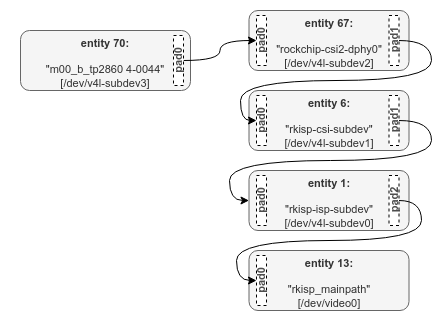
Above: images/V4L_01.png in lchy0113/rk_develop (draw.io), before the change. Source tidied: cells renumbered, new cells last; positions are measured from the earlier drawing's top-left corner, leaving out a move shared by most shapes. The source it was exported from:
```xml
<mxGraphModel>
  <root>
    <mxCell id="0" />
    <mxCell id="1" parent="0" />
    <mxCell id="2" style="rounded=1;whiteSpace=wrap;html=1;arcSize=4;strokeColor=none;" parent="1" vertex="1">
      <mxGeometry width="440" height="320" as="geometry" />
    </mxCell>
    <mxCell id="3" value="entity 70:&lt;br&gt;&lt;br&gt;&lt;span style=&quot;font-weight: normal;&quot;&gt;&quot;m00_b_tp2860 4-0044&quot;&lt;/span&gt;&lt;br&gt;&lt;span style=&quot;font-weight: normal;&quot;&gt;[&lt;/span&gt;&lt;span style=&quot;font-weight: 400;&quot;&gt;/dev/v4l-subdev3]&lt;/span&gt;" style="rounded=1;whiteSpace=wrap;html=1;shadow=0;glass=0;fontColor=#333333;fillColor=#f5f5f5;strokeColor=#666666;labelBackgroundColor=none;labelBorderColor=none;fontSize=11;horizontal=1;verticalAlign=top;fontStyle=1;align=center;" parent="1" vertex="1">
      <mxGeometry x="20" y="30" width="170" height="60" as="geometry" />
    </mxCell>
    <mxCell id="4" value="entity 67:&lt;br&gt;&lt;br&gt;&lt;span style=&quot;font-weight: normal;&quot;&gt;&quot;rockchip-csi2-dphy0&quot;&lt;/span&gt;&lt;br&gt;&lt;span style=&quot;font-weight: normal;&quot;&gt;[&lt;/span&gt;&lt;span style=&quot;font-weight: 400;&quot;&gt;/dev/v4l-subdev2]&lt;/span&gt;" style="rounded=1;whiteSpace=wrap;html=1;shadow=0;glass=0;fontColor=#333333;fillColor=#f5f5f5;strokeColor=#666666;labelBackgroundColor=none;labelBorderColor=none;fontSize=11;horizontal=1;verticalAlign=top;fontStyle=1;align=center;" parent="1" vertex="1">
      <mxGeometry x="248.5" y="10" width="160" height="60" as="geometry" />
    </mxCell>
    <mxCell id="5" style="edgeStyle=orthogonalEdgeStyle;curved=1;rounded=0;jettySize=auto;html=1;entryX=0;entryY=0.5;entryDx=0;entryDy=0;fontSize=9;fontColor=#4D4D4D;" parent="1" edge="1" source="6" target="7">
      <mxGeometry relative="1" as="geometry" />
    </mxCell>
    <mxCell id="6" value="pad0" style="rounded=0;whiteSpace=wrap;html=1;shadow=0;glass=0;labelBackgroundColor=none;labelBorderColor=none;fontSize=11;fontColor=#4D4D4D;dashed=1;horizontal=0;fontStyle=1;" parent="1" vertex="1">
      <mxGeometry x="173" y="35" width="10" height="50" as="geometry" />
    </mxCell>
    <mxCell id="7" value="pad0" style="rounded=0;whiteSpace=wrap;html=1;shadow=0;glass=0;labelBackgroundColor=none;labelBorderColor=none;fontSize=11;fontColor=#4D4D4D;dashed=1;horizontal=0;fontStyle=1;" parent="1" vertex="1">
      <mxGeometry x="256" y="15" width="10" height="50" as="geometry" />
    </mxCell>
    <mxCell id="8" value="pad1" style="rounded=0;whiteSpace=wrap;html=1;shadow=0;glass=0;labelBackgroundColor=none;labelBorderColor=none;fontSize=11;fontColor=#4D4D4D;dashed=1;horizontal=0;fontStyle=1;" parent="1" vertex="1">
      <mxGeometry x="388.5" y="15" width="10" height="50" as="geometry" />
    </mxCell>
    <mxCell id="9" value="entity 6:&lt;br&gt;&lt;br&gt;&lt;span style=&quot;font-weight: normal;&quot;&gt;&quot;rkisp-csi-subdev&quot;&lt;/span&gt;&lt;br&gt;&lt;span style=&quot;font-weight: normal;&quot;&gt;[&lt;/span&gt;&lt;span style=&quot;font-weight: 400;&quot;&gt;/dev/v4l-subdev1]&lt;/span&gt;" style="rounded=1;whiteSpace=wrap;html=1;shadow=0;glass=0;fontColor=#333333;fillColor=#f5f5f5;strokeColor=#666666;labelBackgroundColor=none;labelBorderColor=none;fontSize=11;horizontal=1;verticalAlign=top;fontStyle=1;align=center;" parent="1" vertex="1">
      <mxGeometry x="248.5" y="90" width="160" height="60" as="geometry" />
    </mxCell>
    <mxCell id="10" value="pad0" style="rounded=0;whiteSpace=wrap;html=1;shadow=0;glass=0;labelBackgroundColor=none;labelBorderColor=none;fontSize=11;fontColor=#4D4D4D;dashed=1;horizontal=0;fontStyle=1;" parent="1" vertex="1">
      <mxGeometry x="256" y="95" width="10" height="50" as="geometry" />
    </mxCell>
    <mxCell id="11" style="edgeStyle=orthogonalEdgeStyle;curved=1;rounded=0;jettySize=auto;html=1;entryX=0;entryY=0.5;entryDx=0;entryDy=0;fontSize=9;fontColor=#4D4D4D;" parent="1" edge="1" source="12" target="13">
      <mxGeometry relative="1" as="geometry">
        <Array as="points">
          <mxPoint x="431" y="120" />
          <mxPoint x="431" y="160" />
          <mxPoint x="229" y="160" />
          <mxPoint x="229" y="200" />
        </Array>
      </mxGeometry>
    </mxCell>
    <mxCell id="12" value="pad1" style="rounded=0;whiteSpace=wrap;html=1;shadow=0;glass=0;labelBackgroundColor=none;labelBorderColor=none;fontSize=11;fontColor=#4D4D4D;dashed=1;horizontal=0;fontStyle=1;" parent="1" vertex="1">
      <mxGeometry x="388.5" y="95" width="10" height="50" as="geometry" />
    </mxCell>
    <mxCell id="13" value="entity 1:&lt;br&gt;&lt;br&gt;&lt;span style=&quot;font-weight: normal;&quot;&gt;&quot;&lt;/span&gt;&lt;span style=&quot;font-weight: 400;&quot;&gt;rkisp-isp-subdev&lt;/span&gt;&lt;span style=&quot;font-weight: normal;&quot;&gt;&quot;&lt;/span&gt;&lt;br&gt;&lt;span style=&quot;font-weight: normal;&quot;&gt;[&lt;/span&gt;&lt;span style=&quot;font-weight: 400;&quot;&gt;/dev/v4l-subdev0]&lt;/span&gt;" style="rounded=1;whiteSpace=wrap;html=1;shadow=0;glass=0;fontColor=#333333;fillColor=#f5f5f5;strokeColor=#666666;labelBackgroundColor=none;labelBorderColor=none;fontSize=11;horizontal=1;verticalAlign=top;fontStyle=1;align=center;" parent="1" vertex="1">
      <mxGeometry x="248.5" y="170" width="160" height="60" as="geometry" />
    </mxCell>
    <mxCell id="14" value="pad0" style="rounded=0;whiteSpace=wrap;html=1;shadow=0;glass=0;labelBackgroundColor=none;labelBorderColor=none;fontSize=11;fontColor=#4D4D4D;dashed=1;horizontal=0;fontStyle=1;" parent="1" vertex="1">
      <mxGeometry x="256" y="175" width="10" height="50" as="geometry" />
    </mxCell>
    <mxCell id="15" value="pad2" style="rounded=0;whiteSpace=wrap;html=1;shadow=0;glass=0;labelBackgroundColor=none;labelBorderColor=none;fontSize=11;fontColor=#4D4D4D;dashed=1;horizontal=0;fontStyle=1;" parent="1" vertex="1">
      <mxGeometry x="388.5" y="175" width="10" height="50" as="geometry" />
    </mxCell>
    <mxCell id="16" value="entity 13:&lt;br&gt;&lt;br&gt;&lt;span style=&quot;font-weight: normal;&quot;&gt;&quot;&lt;/span&gt;&lt;span style=&quot;font-weight: 400;&quot;&gt;rkisp_mainpath&lt;/span&gt;&lt;span style=&quot;font-weight: normal;&quot;&gt;&quot;&lt;br&gt;[/dev/video0]&lt;br&gt;&lt;/span&gt;" style="rounded=1;whiteSpace=wrap;html=1;shadow=0;glass=0;fontColor=#333333;fillColor=#f5f5f5;strokeColor=#666666;labelBackgroundColor=none;labelBorderColor=none;fontSize=11;horizontal=1;verticalAlign=top;fontStyle=1;align=center;" parent="1" vertex="1">
      <mxGeometry x="248.5" y="250" width="160" height="60" as="geometry" />
    </mxCell>
    <mxCell id="17" value="pad0" style="rounded=0;whiteSpace=wrap;html=1;shadow=0;glass=0;labelBackgroundColor=none;labelBorderColor=none;fontSize=11;fontColor=#4D4D4D;dashed=1;horizontal=0;fontStyle=1;" parent="1" vertex="1">
      <mxGeometry x="256" y="255" width="10" height="50" as="geometry" />
    </mxCell>
    <mxCell id="18" style="edgeStyle=orthogonalEdgeStyle;curved=1;rounded=0;jettySize=auto;html=1;fontSize=9;fontColor=#4D4D4D;" parent="1" edge="1" source="8" target="10">
      <mxGeometry relative="1" as="geometry">
        <Array as="points">
          <mxPoint x="431" y="40" />
          <mxPoint x="431" y="80" />
          <mxPoint x="240" y="80" />
          <mxPoint x="240" y="120" />
        </Array>
      </mxGeometry>
    </mxCell>
    <mxCell id="19" style="edgeStyle=orthogonalEdgeStyle;curved=1;rounded=0;jettySize=auto;html=1;entryX=0;entryY=0.5;entryDx=0;entryDy=0;fontSize=9;fontColor=#4D4D4D;" parent="1" edge="1" source="15" target="17">
      <mxGeometry relative="1" as="geometry">
        <Array as="points">
          <mxPoint x="421" y="200" />
          <mxPoint x="421" y="240" />
          <mxPoint x="236" y="240" />
          <mxPoint x="236" y="280" />
        </Array>
      </mxGeometry>
    </mxCell>
  </root>
</mxGraphModel>
```
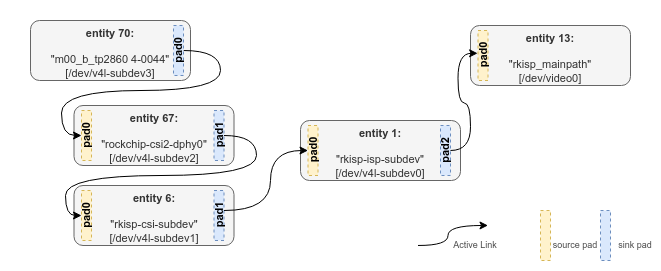
The same diagram one commit later.

The edit, as a diff of the source:
```diff
@@ -3,79 +3,102 @@
     <mxCell id="0" />
     <mxCell id="1" parent="0" />
     <mxCell id="2" style="rounded=1;whiteSpace=wrap;html=1;arcSize=4;strokeColor=none;" parent="1" vertex="1">
-      <mxGeometry width="440" height="320" as="geometry" />
+      <mxGeometry y="10" width="660" height="270" as="geometry" />
     </mxCell>
     <mxCell id="3" value="entity 70:&lt;br&gt;&lt;br&gt;&lt;span style=&quot;font-weight: normal;&quot;&gt;&quot;m00_b_tp2860 4-0044&quot;&lt;/span&gt;&lt;br&gt;&lt;span style=&quot;font-weight: normal;&quot;&gt;[&lt;/span&gt;&lt;span style=&quot;font-weight: 400;&quot;&gt;/dev/v4l-subdev3]&lt;/span&gt;" style="rounded=1;whiteSpace=wrap;html=1;shadow=0;glass=0;fontColor=#333333;fillColor=#f5f5f5;strokeColor=#666666;labelBackgroundColor=none;labelBorderColor=none;fontSize=11;horizontal=1;verticalAlign=top;fontStyle=1;align=center;" parent="1" vertex="1">
-      <mxGeometry x="20" y="30" width="170" height="60" as="geometry" />
+      <mxGeometry x="30" y="30" width="160" height="60" as="geometry" />
     </mxCell>
     <mxCell id="4" value="entity 67:&lt;br&gt;&lt;br&gt;&lt;span style=&quot;font-weight: normal;&quot;&gt;&quot;rockchip-csi2-dphy0&quot;&lt;/span&gt;&lt;br&gt;&lt;span style=&quot;font-weight: normal;&quot;&gt;[&lt;/span&gt;&lt;span style=&quot;font-weight: 400;&quot;&gt;/dev/v4l-subdev2]&lt;/span&gt;" style="rounded=1;whiteSpace=wrap;html=1;shadow=0;glass=0;fontColor=#333333;fillColor=#f5f5f5;strokeColor=#666666;labelBackgroundColor=none;labelBorderColor=none;fontSize=11;horizontal=1;verticalAlign=top;fontStyle=1;align=center;" parent="1" vertex="1">
-      <mxGeometry x="248.5" y="10" width="160" height="60" as="geometry" />
+      <mxGeometry x="73.5" y="115" width="160" height="60" as="geometry" />
     </mxCell>
     <mxCell id="5" style="edgeStyle=orthogonalEdgeStyle;curved=1;rounded=0;jettySize=auto;html=1;entryX=0;entryY=0.5;entryDx=0;entryDy=0;fontSize=9;fontColor=#4D4D4D;" parent="1" edge="1" source="6" target="7">
-      <mxGeometry relative="1" as="geometry" />
+      <mxGeometry relative="1" as="geometry">
+        <Array as="points">
+          <mxPoint x="220" y="60" />
+          <mxPoint x="220" y="100" />
+          <mxPoint x="61" y="100" />
+          <mxPoint x="61" y="145" />
+        </Array>
+      </mxGeometry>
     </mxCell>
-    <mxCell id="6" value="pad0" style="rounded=0;whiteSpace=wrap;html=1;shadow=0;glass=0;labelBackgroundColor=none;labelBorderColor=none;fontSize=11;fontColor=#4D4D4D;dashed=1;horizontal=0;fontStyle=1;" parent="1" vertex="1">
+    <mxCell id="6" value="pad0" style="rounded=0;whiteSpace=wrap;html=1;shadow=0;glass=0;labelBackgroundColor=none;labelBorderColor=none;fontSize=11;dashed=1;horizontal=0;fontStyle=1;fillColor=#dae8fc;strokeColor=#6c8ebf;" parent="1" vertex="1">
       <mxGeometry x="173" y="35" width="10" height="50" as="geometry" />
     </mxCell>
-    <mxCell id="7" value="pad0" style="rounded=0;whiteSpace=wrap;html=1;shadow=0;glass=0;labelBackgroundColor=none;labelBorderColor=none;fontSize=11;fontColor=#4D4D4D;dashed=1;horizontal=0;fontStyle=1;" parent="1" vertex="1">
-      <mxGeometry x="256" y="15" width="10" height="50" as="geometry" />
+    <mxCell id="7" value="pad0" style="rounded=0;whiteSpace=wrap;html=1;shadow=0;glass=0;labelBackgroundColor=none;labelBorderColor=none;fontSize=11;dashed=1;horizontal=0;fontStyle=1;fillColor=#fff2cc;strokeColor=#d6b656;" parent="1" vertex="1">
+      <mxGeometry x="81" y="120" width="10" height="50" as="geometry" />
     </mxCell>
-    <mxCell id="8" value="pad1" style="rounded=0;whiteSpace=wrap;html=1;shadow=0;glass=0;labelBackgroundColor=none;labelBorderColor=none;fontSize=11;fontColor=#4D4D4D;dashed=1;horizontal=0;fontStyle=1;" parent="1" vertex="1">
-      <mxGeometry x="388.5" y="15" width="10" height="50" as="geometry" />
+    <mxCell id="8" value="pad1" style="rounded=0;whiteSpace=wrap;html=1;shadow=0;glass=0;labelBackgroundColor=none;labelBorderColor=none;fontSize=11;dashed=1;horizontal=0;fontStyle=1;fillColor=#dae8fc;strokeColor=#6c8ebf;" parent="1" vertex="1">
+      <mxGeometry x="213.5" y="120" width="10" height="50" as="geometry" />
     </mxCell>
     <mxCell id="9" value="entity 6:&lt;br&gt;&lt;br&gt;&lt;span style=&quot;font-weight: normal;&quot;&gt;&quot;rkisp-csi-subdev&quot;&lt;/span&gt;&lt;br&gt;&lt;span style=&quot;font-weight: normal;&quot;&gt;[&lt;/span&gt;&lt;span style=&quot;font-weight: 400;&quot;&gt;/dev/v4l-subdev1]&lt;/span&gt;" style="rounded=1;whiteSpace=wrap;html=1;shadow=0;glass=0;fontColor=#333333;fillColor=#f5f5f5;strokeColor=#666666;labelBackgroundColor=none;labelBorderColor=none;fontSize=11;horizontal=1;verticalAlign=top;fontStyle=1;align=center;" parent="1" vertex="1">
-      <mxGeometry x="248.5" y="90" width="160" height="60" as="geometry" />
+      <mxGeometry x="73.5" y="195" width="160" height="60" as="geometry" />
     </mxCell>
-    <mxCell id="10" value="pad0" style="rounded=0;whiteSpace=wrap;html=1;shadow=0;glass=0;labelBackgroundColor=none;labelBorderColor=none;fontSize=11;fontColor=#4D4D4D;dashed=1;horizontal=0;fontStyle=1;" parent="1" vertex="1">
-      <mxGeometry x="256" y="95" width="10" height="50" as="geometry" />
+    <mxCell id="10" value="pad0" style="rounded=0;whiteSpace=wrap;html=1;shadow=0;glass=0;labelBackgroundColor=none;labelBorderColor=none;fontSize=11;dashed=1;horizontal=0;fontStyle=1;fillColor=#fff2cc;strokeColor=#d6b656;" parent="1" vertex="1">
+      <mxGeometry x="81" y="200" width="10" height="50" as="geometry" />
     </mxCell>
-    <mxCell id="11" style="edgeStyle=orthogonalEdgeStyle;curved=1;rounded=0;jettySize=auto;html=1;entryX=0;entryY=0.5;entryDx=0;entryDy=0;fontSize=9;fontColor=#4D4D4D;" parent="1" edge="1" source="12" target="13">
-      <mxGeometry relative="1" as="geometry">
-        <Array as="points">
-          <mxPoint x="431" y="120" />
-          <mxPoint x="431" y="160" />
-          <mxPoint x="229" y="160" />
-          <mxPoint x="229" y="200" />
-        </Array>
-      </mxGeometry>
+    <mxCell id="11" value="pad1" style="rounded=0;whiteSpace=wrap;html=1;shadow=0;glass=0;labelBackgroundColor=none;labelBorderColor=none;fontSize=11;dashed=1;horizontal=0;fontStyle=1;fillColor=#dae8fc;strokeColor=#6c8ebf;" parent="1" vertex="1">
+      <mxGeometry x="213.5" y="200" width="10" height="50" as="geometry" />
     </mxCell>
-    <mxCell id="12" value="pad1" style="rounded=0;whiteSpace=wrap;html=1;shadow=0;glass=0;labelBackgroundColor=none;labelBorderColor=none;fontSize=11;fontColor=#4D4D4D;dashed=1;horizontal=0;fontStyle=1;" parent="1" vertex="1">
-      <mxGeometry x="388.5" y="95" width="10" height="50" as="geometry" />
+    <mxCell id="12" value="entity 1:&lt;br&gt;&lt;br&gt;&lt;span style=&quot;font-weight: normal;&quot;&gt;&quot;&lt;/span&gt;&lt;span style=&quot;font-weight: 400;&quot;&gt;rkisp-isp-subdev&lt;/span&gt;&lt;span style=&quot;font-weight: normal;&quot;&gt;&quot;&lt;/span&gt;&lt;br&gt;&lt;span style=&quot;font-weight: normal;&quot;&gt;[&lt;/span&gt;&lt;span style=&quot;font-weight: 400;&quot;&gt;/dev/v4l-subdev0]&lt;/span&gt;" style="rounded=1;whiteSpace=wrap;html=1;shadow=0;glass=0;fontColor=#333333;fillColor=#f5f5f5;strokeColor=#666666;labelBackgroundColor=none;labelBorderColor=none;fontSize=11;horizontal=1;verticalAlign=top;fontStyle=1;align=center;" parent="1" vertex="1">
+      <mxGeometry x="300" y="130" width="160" height="60" as="geometry" />
     </mxCell>
-    <mxCell id="13" value="entity 1:&lt;br&gt;&lt;br&gt;&lt;span style=&quot;font-weight: normal;&quot;&gt;&quot;&lt;/span&gt;&lt;span style=&quot;font-weight: 400;&quot;&gt;rkisp-isp-subdev&lt;/span&gt;&lt;span style=&quot;font-weight: normal;&quot;&gt;&quot;&lt;/span&gt;&lt;br&gt;&lt;span style=&quot;font-weight: normal;&quot;&gt;[&lt;/span&gt;&lt;span style=&quot;font-weight: 400;&quot;&gt;/dev/v4l-subdev0]&lt;/span&gt;" style="rounded=1;whiteSpace=wrap;html=1;shadow=0;glass=0;fontColor=#333333;fillColor=#f5f5f5;strokeColor=#666666;labelBackgroundColor=none;labelBorderColor=none;fontSize=11;horizontal=1;verticalAlign=top;fontStyle=1;align=center;" parent="1" vertex="1">
-      <mxGeometry x="248.5" y="170" width="160" height="60" as="geometry" />
+    <mxCell id="13" value="pad0" style="rounded=0;whiteSpace=wrap;html=1;shadow=0;glass=0;labelBackgroundColor=none;labelBorderColor=none;fontSize=11;dashed=1;horizontal=0;fontStyle=1;fillColor=#fff2cc;strokeColor=#d6b656;" parent="1" vertex="1">
+      <mxGeometry x="307.5" y="135" width="10" height="50" as="geometry" />
     </mxCell>
-    <mxCell id="14" value="pad0" style="rounded=0;whiteSpace=wrap;html=1;shadow=0;glass=0;labelBackgroundColor=none;labelBorderColor=none;fontSize=11;fontColor=#4D4D4D;dashed=1;horizontal=0;fontStyle=1;" parent="1" vertex="1">
-      <mxGeometry x="256" y="175" width="10" height="50" as="geometry" />
+    <mxCell id="14" value="pad2" style="rounded=0;whiteSpace=wrap;html=1;shadow=0;glass=0;labelBackgroundColor=none;labelBorderColor=none;fontSize=11;dashed=1;horizontal=0;fontStyle=1;fillColor=#dae8fc;strokeColor=#6c8ebf;" parent="1" vertex="1">
+      <mxGeometry x="440" y="135" width="10" height="50" as="geometry" />
     </mxCell>
-    <mxCell id="15" value="pad2" style="rounded=0;whiteSpace=wrap;html=1;shadow=0;glass=0;labelBackgroundColor=none;labelBorderColor=none;fontSize=11;fontColor=#4D4D4D;dashed=1;horizontal=0;fontStyle=1;" parent="1" vertex="1">
-      <mxGeometry x="388.5" y="175" width="10" height="50" as="geometry" />
+    <mxCell id="15" value="entity 13:&lt;br&gt;&lt;br&gt;&lt;span style=&quot;font-weight: normal;&quot;&gt;&quot;&lt;/span&gt;&lt;span style=&quot;font-weight: 400;&quot;&gt;rkisp_mainpath&lt;/span&gt;&lt;span style=&quot;font-weight: normal;&quot;&gt;&quot;&lt;br&gt;[/dev/video0]&lt;br&gt;&lt;/span&gt;" style="rounded=1;whiteSpace=wrap;html=1;shadow=0;glass=0;fontColor=#333333;fillColor=#f5f5f5;strokeColor=#666666;labelBackgroundColor=none;labelBorderColor=none;fontSize=11;horizontal=1;verticalAlign=top;fontStyle=1;align=center;" parent="1" vertex="1">
+      <mxGeometry x="470" y="35" width="160" height="60" as="geometry" />
     </mxCell>
-    <mxCell id="16" value="entity 13:&lt;br&gt;&lt;br&gt;&lt;span style=&quot;font-weight: normal;&quot;&gt;&quot;&lt;/span&gt;&lt;span style=&quot;font-weight: 400;&quot;&gt;rkisp_mainpath&lt;/span&gt;&lt;span style=&quot;font-weight: normal;&quot;&gt;&quot;&lt;br&gt;[/dev/video0]&lt;br&gt;&lt;/span&gt;" style="rounded=1;whiteSpace=wrap;html=1;shadow=0;glass=0;fontColor=#333333;fillColor=#f5f5f5;strokeColor=#666666;labelBackgroundColor=none;labelBorderColor=none;fontSize=11;horizontal=1;verticalAlign=top;fontStyle=1;align=center;" parent="1" vertex="1">
-      <mxGeometry x="248.5" y="250" width="160" height="60" as="geometry" />
+    <mxCell id="16" value="pad0" style="rounded=0;whiteSpace=wrap;html=1;shadow=0;glass=0;labelBackgroundColor=none;labelBorderColor=none;fontSize=11;dashed=1;horizontal=0;fontStyle=1;fillColor=#fff2cc;strokeColor=#d6b656;" parent="1" vertex="1">
+      <mxGeometry x="477.5" y="40" width="10" height="50" as="geometry" />
     </mxCell>
-    <mxCell id="17" value="pad0" style="rounded=0;whiteSpace=wrap;html=1;shadow=0;glass=0;labelBackgroundColor=none;labelBorderColor=none;fontSize=11;fontColor=#4D4D4D;dashed=1;horizontal=0;fontStyle=1;" parent="1" vertex="1">
-      <mxGeometry x="256" y="255" width="10" height="50" as="geometry" />
+    <mxCell id="17" style="edgeStyle=orthogonalEdgeStyle;curved=1;rounded=0;jettySize=auto;html=1;fontSize=9;fontColor=#4D4D4D;" parent="1" edge="1" source="8" target="10">
+      <mxGeometry relative="1" as="geometry">
+        <Array as="points">
+          <mxPoint x="256" y="145" />
+          <mxPoint x="256" y="185" />
+          <mxPoint x="65" y="185" />
+          <mxPoint x="65" y="225" />
+        </Array>
+      </mxGeometry>
     </mxCell>
-    <mxCell id="18" style="edgeStyle=orthogonalEdgeStyle;curved=1;rounded=0;jettySize=auto;html=1;fontSize=9;fontColor=#4D4D4D;" parent="1" edge="1" source="8" target="10">
+    <mxCell id="18" style="edgeStyle=orthogonalEdgeStyle;curved=1;rounded=0;jettySize=auto;html=1;entryX=0;entryY=0.5;entryDx=0;entryDy=0;fontSize=9;fontColor=#4D4D4D;" parent="1" edge="1" source="11" target="13">
       <mxGeometry relative="1" as="geometry">
         <Array as="points">
-          <mxPoint x="431" y="40" />
-          <mxPoint x="431" y="80" />
-          <mxPoint x="240" y="80" />
-          <mxPoint x="240" y="120" />
+          <mxPoint x="270" y="220" />
+          <mxPoint x="270" y="160" />
         </Array>
       </mxGeometry>
     </mxCell>
-    <mxCell id="19" style="edgeStyle=orthogonalEdgeStyle;curved=1;rounded=0;jettySize=auto;html=1;entryX=0;entryY=0.5;entryDx=0;entryDy=0;fontSize=9;fontColor=#4D4D4D;" parent="1" edge="1" source="15" target="17">
-      <mxGeometry relative="1" as="geometry">
-        <Array as="points">
-          <mxPoint x="421" y="200" />
-          <mxPoint x="421" y="240" />
-          <mxPoint x="236" y="240" />
-          <mxPoint x="236" y="280" />
-        </Array>
-      </mxGeometry>
+    <mxCell id="19" style="edgeStyle=orthogonalEdgeStyle;curved=1;rounded=0;jettySize=auto;html=1;entryX=-0.038;entryY=0.456;entryDx=0;entryDy=0;entryPerimeter=0;fontSize=9;fontColor=#4D4D4D;" parent="1" edge="1" source="14" target="16">
+      <mxGeometry relative="1" as="geometry" />
     </mxCell>
+    <mxCell id="20" style="edgeStyle=orthogonalEdgeStyle;curved=1;rounded=0;orthogonalLoop=1;jettySize=auto;html=1;fontSize=9;fontColor=#4D4D4D;" parent="1" edge="1">
+      <mxGeometry relative="1" as="geometry">
+        <mxPoint x="417.5" y="255" as="sourcePoint" />
+        <mxPoint x="487.5" y="235" as="targetPoint" />
+        <Array as="points">
+          <mxPoint x="447.5" y="255" />
+          <mxPoint x="447.5" y="235" />
+        </Array>
+      </mxGeometry>
+    </mxCell>
+    <mxCell id="21" style="rounded=0;whiteSpace=wrap;html=1;shadow=0;glass=0;labelBackgroundColor=none;labelBorderColor=none;fontSize=11;dashed=1;horizontal=0;fontStyle=1;fillColor=#fff2cc;strokeColor=#d6b656;" parent="1" vertex="1">
+      <mxGeometry x="540" y="220" width="10" height="50" as="geometry" />
+    </mxCell>
+    <mxCell id="22" style="rounded=0;whiteSpace=wrap;html=1;shadow=0;glass=0;labelBackgroundColor=none;labelBorderColor=none;fontSize=11;dashed=1;horizontal=0;fontStyle=1;fillColor=#dae8fc;strokeColor=#6c8ebf;" parent="1" vertex="1">
+      <mxGeometry x="600" y="220" width="10" height="50" as="geometry" />
+    </mxCell>
+    <mxCell id="23" value="Active Link" style="text;html=1;strokeColor=none;fillColor=none;align=center;verticalAlign=middle;whiteSpace=wrap;rounded=0;shadow=0;glass=0;dashed=1;labelBackgroundColor=none;labelBorderColor=none;fontSize=9;fontColor=#4D4D4D;fontStyle=0;" parent="1" vertex="1">
+      <mxGeometry x="450" y="240" width="50" height="30" as="geometry" />
+    </mxCell>
+    <mxCell id="24" value="source pad" style="text;html=1;strokeColor=none;fillColor=none;align=center;verticalAlign=middle;whiteSpace=wrap;rounded=0;shadow=0;glass=0;dashed=1;labelBackgroundColor=none;labelBorderColor=none;fontSize=9;fontColor=#4D4D4D;fontStyle=0;" parent="1" vertex="1">
+      <mxGeometry x="550" y="240" width="50" height="30" as="geometry" />
+    </mxCell>
+    <mxCell id="25" value="sink pad" style="text;html=1;strokeColor=none;fillColor=none;align=center;verticalAlign=middle;whiteSpace=wrap;rounded=0;shadow=0;glass=0;dashed=1;labelBackgroundColor=none;labelBorderColor=none;fontSize=9;fontColor=#4D4D4D;fontStyle=0;" parent="1" vertex="1">
+      <mxGeometry x="610" y="240" width="50" height="30" as="geometry" />
+    </mxCell>
   </root>
 </mxGraphModel>
```
